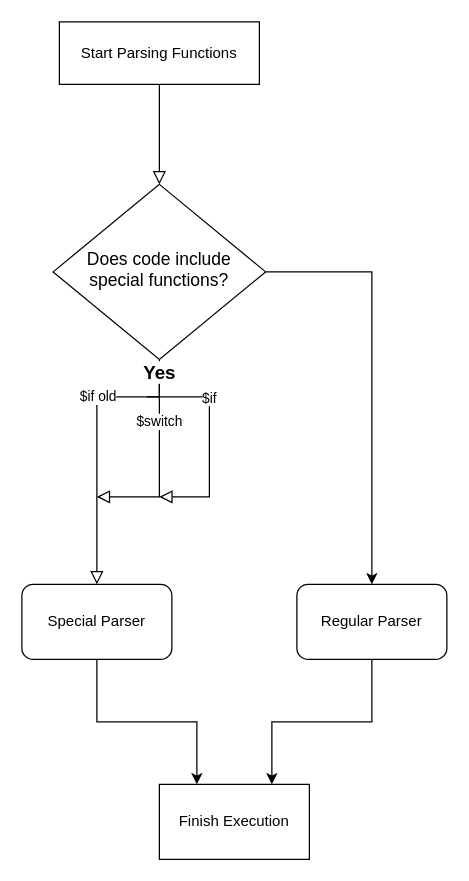
Above: flowcharts/Untitled Diagram.drawio in Faf4a/stunning-spoon (draw.io), before the change. Source tidied: cells renumbered, new cells numbered last; positions are measured from the earlier drawing's top-left corner, leaving out a move shared by most shapes. Both pictures are drawn from the tidied source at 125%, with x=0, y=0 at pixel (21, 21).
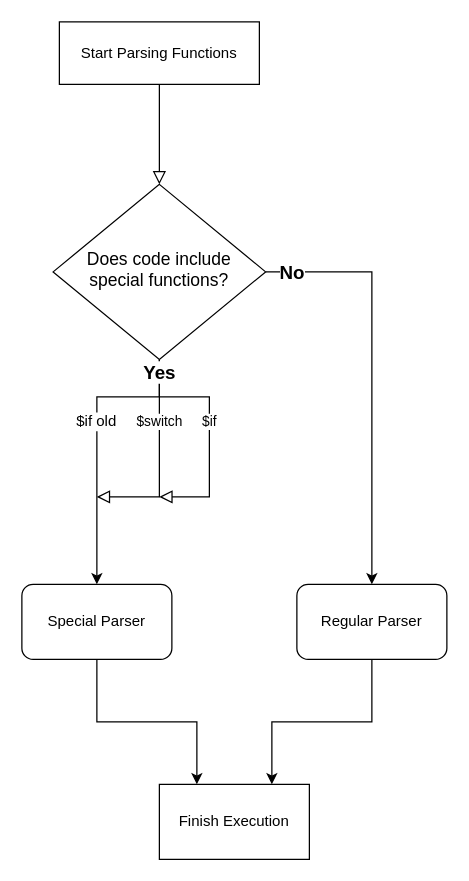
The same page after the edit.

Unchanged cells that the change refers to:
```xml
<mxCell id="6" value="&lt;font style=&quot;font-size: 14px;&quot;&gt;Does code include special functions?&lt;/font&gt;" style="rhombus;whiteSpace=wrap;html=1;shadow=0;fontFamily=Helvetica;fontSize=12;align=center;strokeWidth=1;spacing=6;spacingTop=-4;rounded=0;" parent="1" vertex="1">
  <mxGeometry x="25" y="130" width="170" height="140" as="geometry" />
</mxCell>
<mxCell id="8" value="Special Parser" style="rounded=1;whiteSpace=wrap;html=1;" parent="1" vertex="1">
  <mxGeometry y="450" width="120" height="60" as="geometry" />
</mxCell>
```

The edit, as a diff of the source:
```diff
@@
+    <mxCell id="16" style="edgeStyle=orthogonalEdgeStyle;rounded=0;jettySize=auto;html=1;entryX=0.5;entryY=0;entryDx=0;entryDy=0;" parent="1" edge="1" source="6" target="8">
+      <mxGeometry relative="1" as="geometry">
+        <Array as="points">
+          <mxPoint x="110" y="300" />
+          <mxPoint x="60" y="300" />
+        </Array>
+      </mxGeometry>
+    </mxCell>
@@
-    <mxCell id="9" value="$if old" style="rounded=0;html=1;jettySize=auto;fontSize=11;endArrow=block;endFill=0;endSize=8;strokeWidth=1;shadow=0;labelBackgroundColor=default;edgeStyle=orthogonalEdgeStyle;exitX=0.5;exitY=1;exitDx=0;exitDy=0;horizontal=1;labelBorderColor=none;textShadow=0;entryX=0.5;entryY=0;entryDx=0;entryDy=0;" parent="1" edge="1" source="12" target="8">
-      <mxGeometry x="-0.44" relative="1" as="geometry">
-        <Array as="points">
-          <mxPoint x="110" y="300" />
-          <mxPoint x="60" y="300" />
-        </Array>
-      </mxGeometry>
-    </mxCell>
     <mxCell id="10" value="$if" style="rounded=0;html=1;jettySize=auto;orthogonalLoop=1;fontSize=11;endArrow=block;endFill=0;endSize=8;strokeWidth=1;shadow=0;labelBackgroundColor=default;edgeStyle=orthogonalEdgeStyle;" parent="1" edge="1">
-      <mxGeometry x="-0.4" relative="1" as="geometry">
-        <mxPoint x="100" y="300" as="sourcePoint" />
+      <mxGeometry x="-0.25" relative="1" as="geometry">
+        <mxPoint x="110" y="300" as="sourcePoint" />
         <mxPoint x="110" y="380" as="targetPoint" />
         <Array as="points">
           <mxPoint x="150" y="300" />
         </Array>
       </mxGeometry>
     </mxCell>
-    <mxCell id="11" style="rounded=0;html=1;jettySize=auto;fontSize=11;endArrow=block;endFill=0;endSize=8;strokeWidth=1;shadow=0;labelBackgroundColor=default;edgeStyle=orthogonalEdgeStyle;exitX=0.5;exitY=1;exitDx=0;exitDy=0;horizontal=1;labelBorderColor=none;textShadow=0;" parent="1" edge="1" source="6" target="12">
-      <mxGeometry x="-0.44" relative="1" as="geometry">
-        <Array as="points">
-          <mxPoint x="110" y="270" />
-        </Array>
-      </mxGeometry>
-    </mxCell>
-    <mxCell id="12" value="Yes" style="text;strokeColor=none;fillColor=none;html=1;fontSize=15;fontStyle=1;verticalAlign=middle;align=center;labelBackgroundColor=default;" parent="1" vertex="1">
-      <mxGeometry x="96.2" y="270" width="27.5" height="20" as="geometry" />
+    <mxCell id="12" value="No" style="text;strokeColor=none;fillColor=none;html=1;fontSize=15;fontStyle=1;verticalAlign=middle;align=center;labelBackgroundColor=default;" parent="1" vertex="1">
+      <mxGeometry x="202.5" y="190" width="27.5" height="20" as="geometry" />
     </mxCell>
@@
+    <mxCell id="17" value="Yes" style="text;strokeColor=none;fillColor=none;html=1;fontSize=15;fontStyle=1;verticalAlign=middle;align=center;labelBackgroundColor=default;" parent="1" vertex="1">
+      <mxGeometry x="96.2" y="270" width="27.5" height="20" as="geometry" />
+    </mxCell>
+    <mxCell id="9" value="$if old" style="text;html=1;align=center;verticalAlign=middle;whiteSpace=wrap;rounded=0;labelBackgroundColor=default;" parent="1" vertex="1">
+      <mxGeometry x="40" y="310" width="40" height="20" as="geometry" />
+    </mxCell>
```
